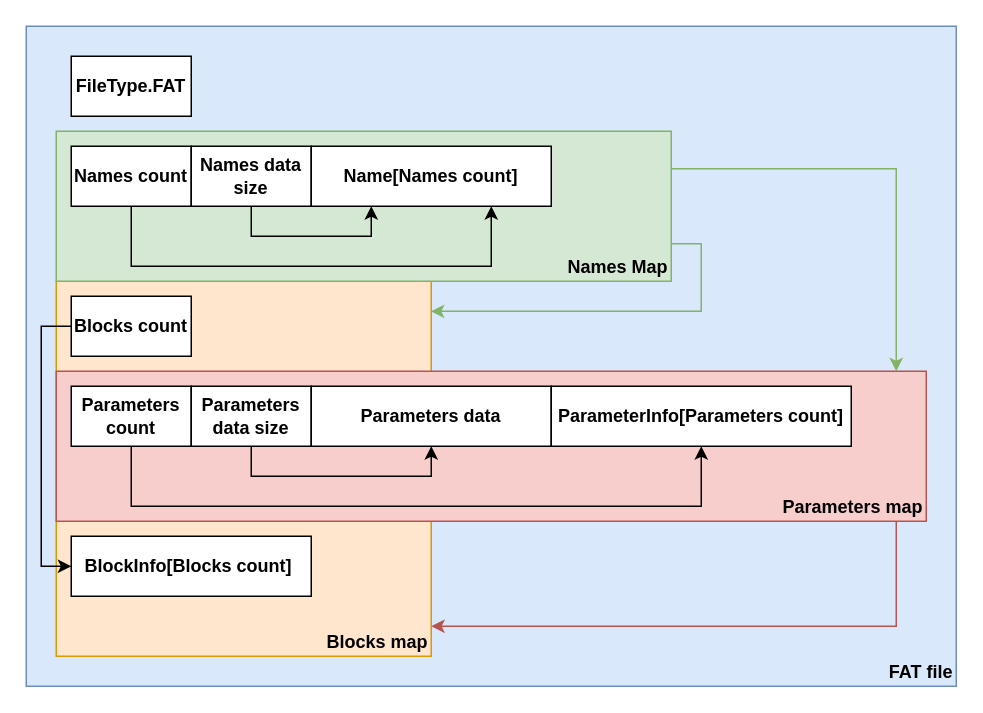
Before: docs/source/diagrams/fat.drawio in kotiq/blk, a draw.io diagram. Source tidied: cells renumbered, new cells numbered last; positions are measured from the earlier drawing's top-left corner, leaving out a move shared by most shapes. Both pictures are drawn from the tidied source at 150%, with x=0, y=0 at pixel (26, 26).
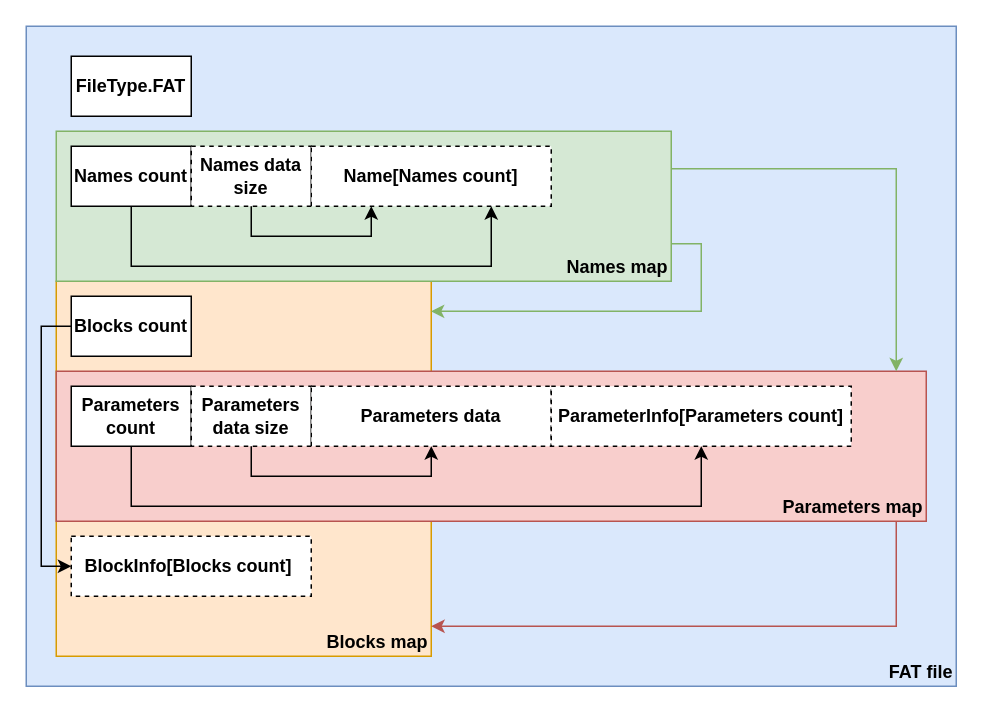
The same page after the edit.

Change to the diagram source:
```diff
@@
-    <mxCell id="5" value="&lt;b&gt;Names Map&lt;/b&gt;" style="rounded=0;whiteSpace=wrap;html=1;fillColor=#d5e8d4;strokeColor=#82b366;align=right;verticalAlign=bottom;" parent="1" vertex="1">
+    <mxCell id="5" value="&lt;b&gt;Names map&lt;/b&gt;" style="rounded=0;whiteSpace=wrap;html=1;fillColor=#d5e8d4;strokeColor=#82b366;align=right;verticalAlign=bottom;" parent="1" vertex="1">
       <mxGeometry x="20" y="70" width="410" height="100" as="geometry" />
     </mxCell>
@@
-    <mxCell id="8" value="&lt;b&gt;Names data size&lt;/b&gt;" style="whiteSpace=wrap;html=1;align=center;" parent="1" vertex="1">
+    <mxCell id="8" value="&lt;b&gt;Names data size&lt;/b&gt;" style="whiteSpace=wrap;html=1;align=center;dashed=1;" parent="1" vertex="1">
       <mxGeometry x="110" y="80" width="80" height="40" as="geometry" />
     </mxCell>
-    <mxCell id="9" value="&lt;b&gt;Name[Names count]&lt;/b&gt;" style="whiteSpace=wrap;html=1;align=center;" parent="1" vertex="1">
+    <mxCell id="9" value="&lt;b&gt;Name[Names count]&lt;/b&gt;" style="whiteSpace=wrap;html=1;align=center;dashed=1;" parent="1" vertex="1">
       <mxGeometry x="190" y="80" width="160" height="40" as="geometry" />
     </mxCell>
@@
-    <mxCell id="12" value="&lt;b&gt;Parameters data size&lt;/b&gt;" style="whiteSpace=wrap;html=1;align=center;" parent="1" vertex="1">
+    <mxCell id="12" value="&lt;b&gt;Parameters data size&lt;/b&gt;" style="whiteSpace=wrap;html=1;align=center;dashed=1;" parent="1" vertex="1">
       <mxGeometry x="110" y="240" width="80" height="40" as="geometry" />
     </mxCell>
-    <mxCell id="13" value="&lt;b&gt;Parameters data&lt;/b&gt;" style="whiteSpace=wrap;html=1;align=center;" parent="1" vertex="1">
+    <mxCell id="13" value="&lt;b&gt;Parameters data&lt;/b&gt;" style="whiteSpace=wrap;html=1;align=center;dashed=1;" parent="1" vertex="1">
       <mxGeometry x="190" y="240" width="160" height="40" as="geometry" />
     </mxCell>
-    <mxCell id="14" value="&lt;b&gt;ParameterInfo[Parameters count]&lt;/b&gt;" style="whiteSpace=wrap;html=1;align=center;" parent="1" vertex="1">
+    <mxCell id="14" value="&lt;b&gt;ParameterInfo[Parameters count]&lt;/b&gt;" style="whiteSpace=wrap;html=1;align=center;dashed=1;" parent="1" vertex="1">
       <mxGeometry x="350" y="240" width="200" height="40" as="geometry" />
     </mxCell>
-    <mxCell id="15" value="&lt;b&gt;BlockInfo[Blocks count]&amp;nbsp;&lt;/b&gt;" style="whiteSpace=wrap;html=1;align=center;" parent="1" vertex="1">
+    <mxCell id="15" value="&lt;b&gt;BlockInfo[Blocks count]&amp;nbsp;&lt;/b&gt;" style="whiteSpace=wrap;html=1;align=center;dashed=1;" parent="1" vertex="1">
       <mxGeometry x="30" y="340" width="160" height="40" as="geometry" />
     </mxCell>
```
